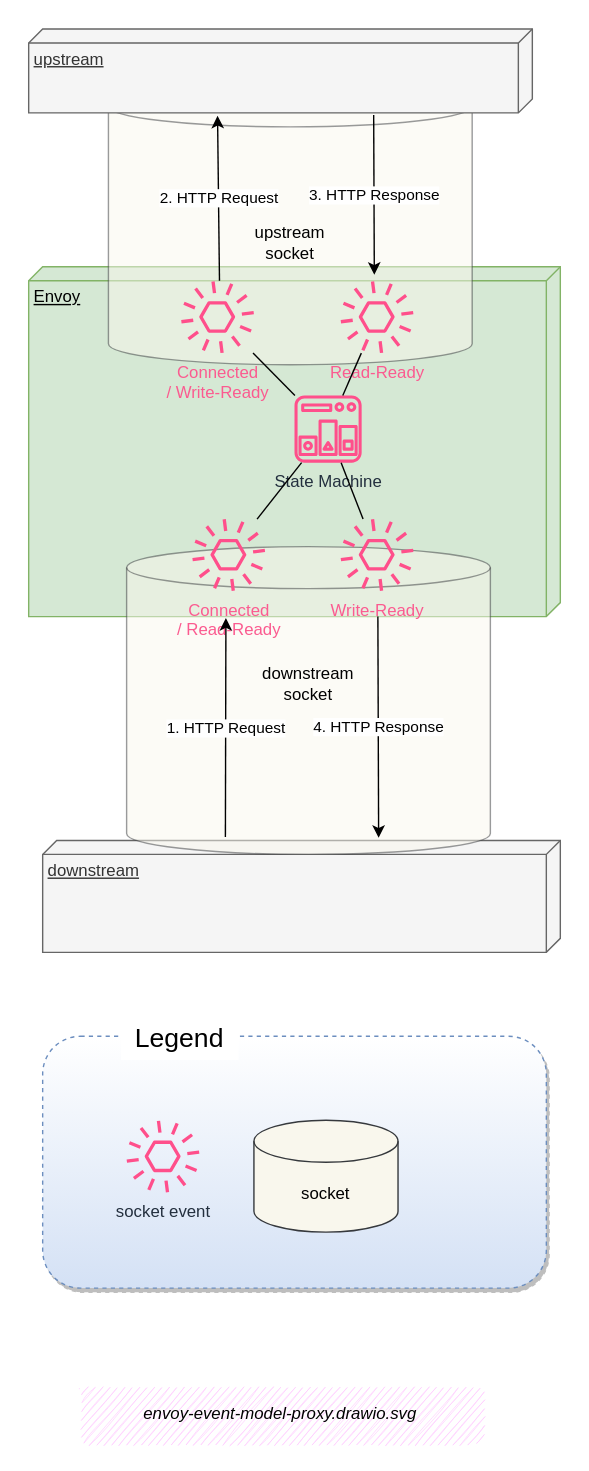
Above: docs/source/ch2-envoy/arch/event-driven/event-driven.assets/envoy-event-model-proxy.drawio.svg in labilezhu/istio-insider (draw.io), before the change. Source tidied: cells renumbered, new cells last; positions are measured from the earlier drawing's top-left corner, leaving out a move shared by most shapes.
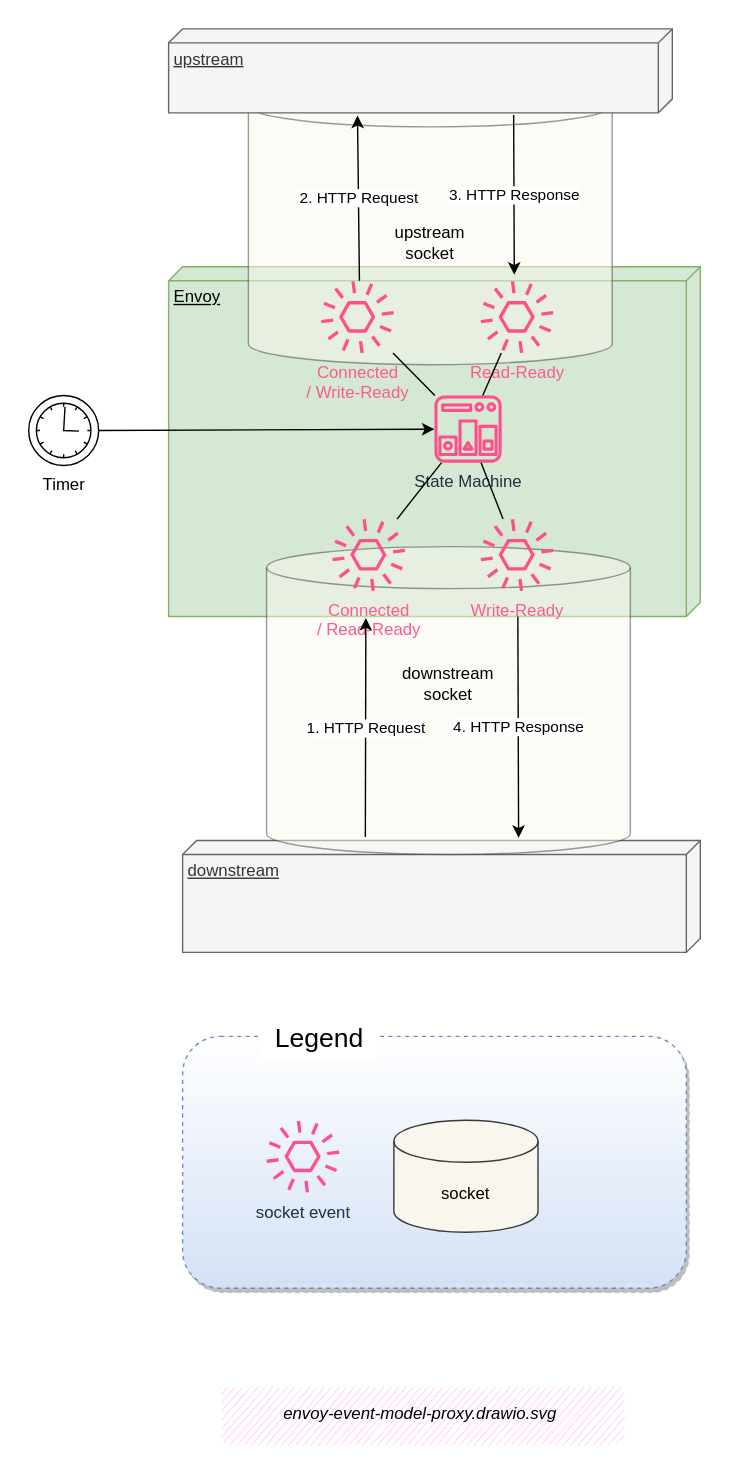
After the commit.

What changed in the source:
```diff
@@ -81,5 +81,11 @@
         <mxGeometry x="35" y="970" width="290" height="40" as="geometry" />
       </mxCell>
     </object>
+    <mxCell id="25" value="Timer" style="points=[[0.145,0.145,0],[0.5,0,0],[0.855,0.145,0],[1,0.5,0],[0.855,0.855,0],[0.5,1,0],[0.145,0.855,0],[0,0.5,0]];shape=mxgraph.bpmn.event;html=1;verticalLabelPosition=bottom;labelBackgroundColor=#ffffff;verticalAlign=top;align=center;perimeter=ellipsePerimeter;outlineConnect=0;outline=standard;symbol=timer;" parent="1" vertex="1">
+      <mxGeometry x="-100" y="262" width="50" height="50" as="geometry" />
+    </mxCell>
+    <mxCell id="26" style="endArrow=classic;html=1;rounded=0;endFill=1;" parent="1" edge="1" source="25" target="12">
+      <mxGeometry relative="1" as="geometry" />
+    </mxCell>
   </root>
 </mxGraphModel>
```
